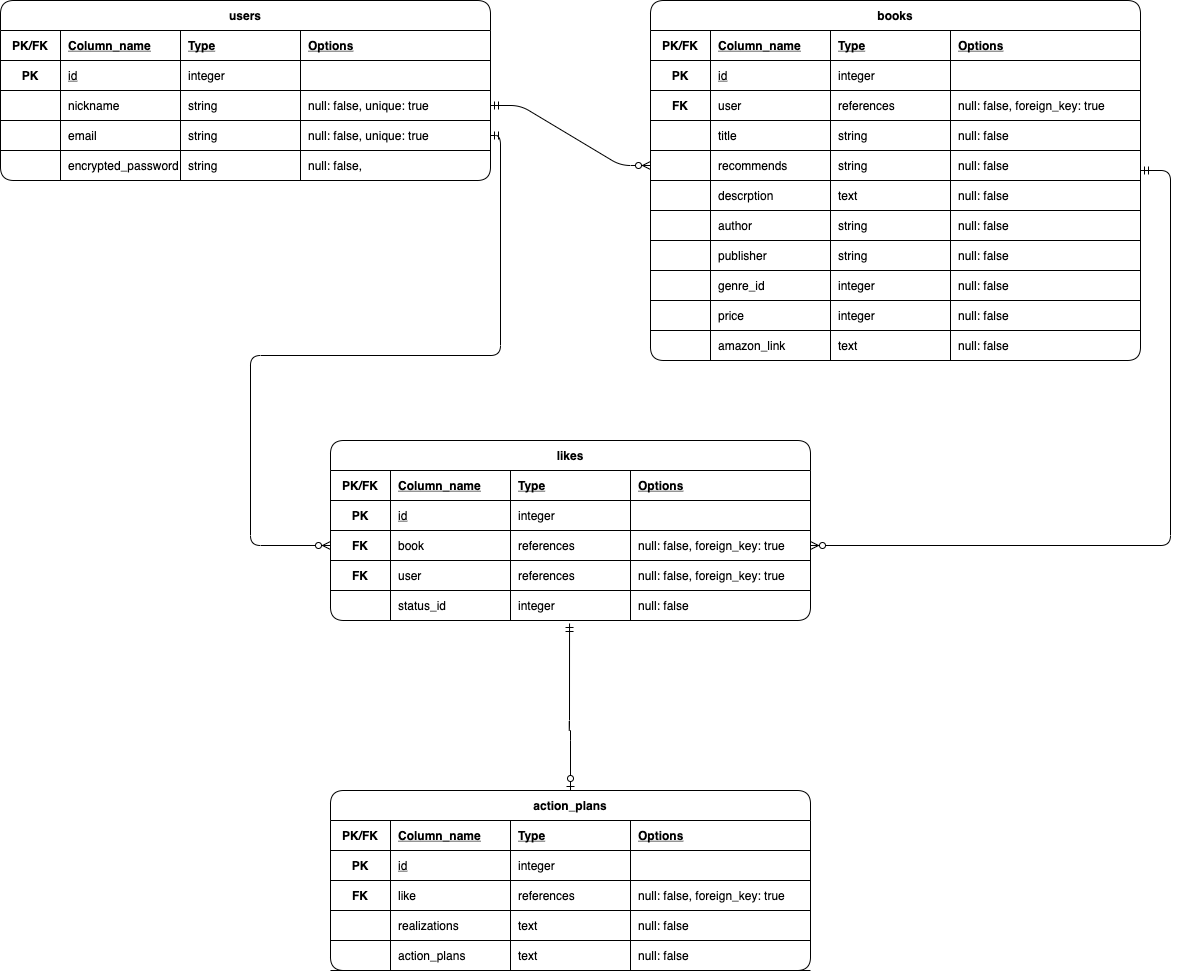
Earlier version of the draw.io export ER_figure.png (morieeeenyo/my_recommended_books). Source tidied: cells renumbered, new cells last; positions are measured from the earlier drawing's top-left corner, leaving out a move shared by most shapes.
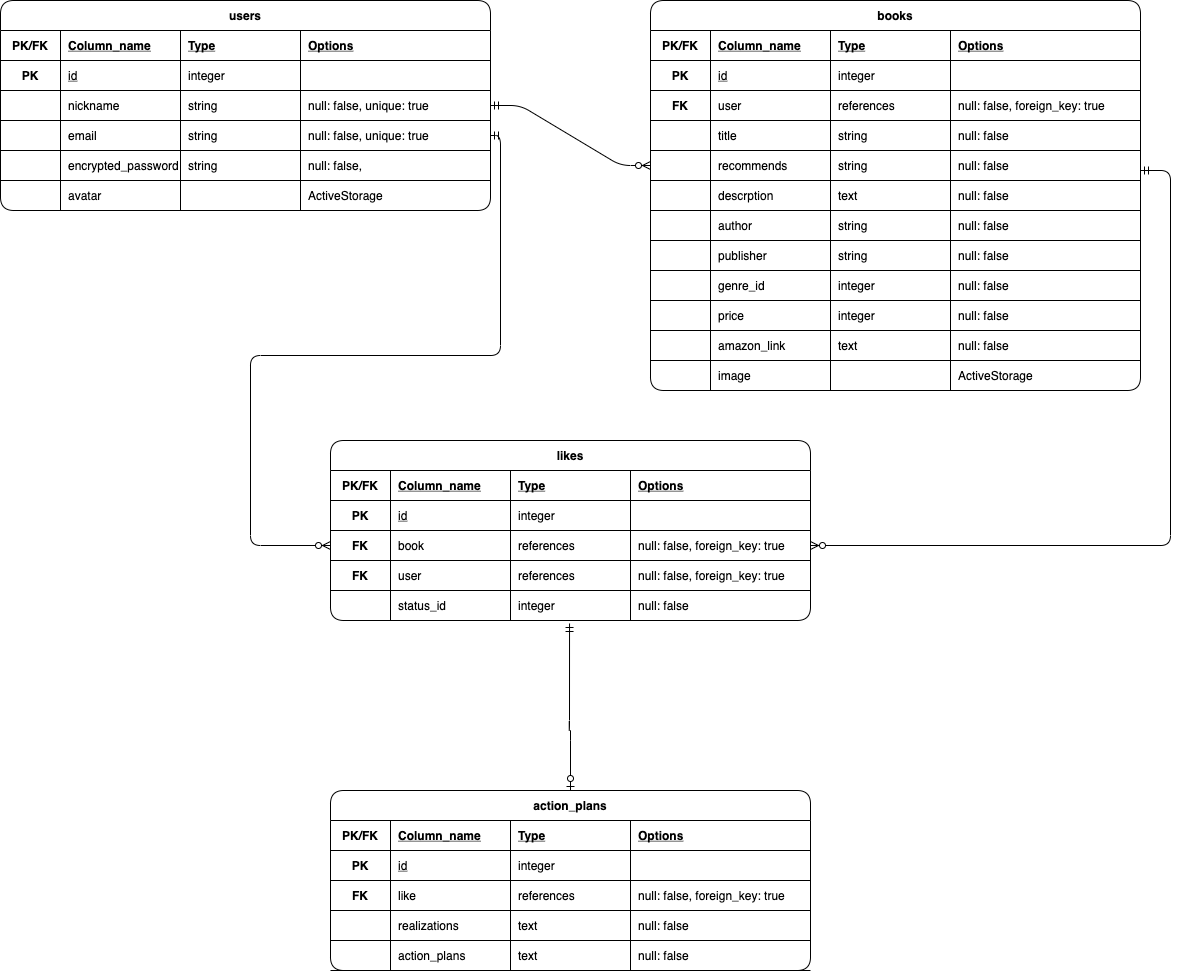
After the commit.

Commit message:
doc: revise readme and er figure

Change to the diagram source:
```diff
@@ -3,7 +3,7 @@
     <mxCell id="0" />
     <mxCell id="1" parent="0" />
     <mxCell id="2" value="books" style="shape=table;startSize=30;rowLines=1;fontStyle=1;align=center;swimlaneFillColor=none;perimeterSpacing=0;rounded=1;" parent="1" vertex="1">
-      <mxGeometry x="650" width="490" height="360" as="geometry" />
+      <mxGeometry x="650" width="490" height="390" as="geometry" />
     </mxCell>
     <mxCell id="3" style="shape=partialRectangle;fillColor=none;top=0;left=0;bottom=0;right=0;" parent="2" vertex="1">
       <mxGeometry y="30" width="490" height="30" as="geometry" />
@@ -170,6 +170,21 @@
     <mxCell id="57" value="null: false" style="shape=partialRectangle;fillColor=none;top=0;left=0;bottom=0;right=0;align=left;spacingLeft=6;overflow=hidden;" parent="53" vertex="1">
       <mxGeometry x="300" width="190" height="30" as="geometry" />
     </mxCell>
+    <mxCell id="140" style="shape=partialRectangle;fillColor=none;top=0;left=0;bottom=0;right=0;" parent="2" vertex="1">
+      <mxGeometry y="360" width="490" height="30" as="geometry" />
+    </mxCell>
+    <mxCell id="141" style="shape=partialRectangle;fillColor=none;top=0;left=0;bottom=0;right=0;overflow=hidden;" parent="140" vertex="1">
+      <mxGeometry width="60" height="30" as="geometry" />
+    </mxCell>
+    <mxCell id="142" value="image" style="shape=partialRectangle;fillColor=none;top=0;left=0;bottom=0;right=0;align=left;spacingLeft=6;overflow=hidden;" parent="140" vertex="1">
+      <mxGeometry x="60" width="120" height="30" as="geometry" />
+    </mxCell>
+    <mxCell id="143" style="shape=partialRectangle;fillColor=none;top=0;left=0;bottom=0;right=0;align=left;spacingLeft=6;overflow=hidden;" parent="140" vertex="1">
+      <mxGeometry x="180" width="120" height="30" as="geometry" />
+    </mxCell>
+    <mxCell id="144" value="ActiveStorage" style="shape=partialRectangle;fillColor=none;top=0;left=0;bottom=0;right=0;align=left;spacingLeft=6;overflow=hidden;" parent="140" vertex="1">
+      <mxGeometry x="300" width="190" height="30" as="geometry" />
+    </mxCell>
     <mxCell id="58" value="likes" style="shape=table;startSize=30;rowLines=1;fontStyle=1;align=center;swimlaneFillColor=none;perimeterSpacing=0;rounded=1;" parent="1" vertex="1">
       <mxGeometry x="330" y="440" width="480" height="180" as="geometry" />
     </mxCell>
@@ -249,7 +264,7 @@
       <mxGeometry x="300" width="180" height="30" as="geometry" />
     </mxCell>
     <mxCell id="84" value="users" style="shape=table;startSize=30;rowLines=1;fontStyle=1;align=center;swimlaneFillColor=none;perimeterSpacing=0;rounded=1;" parent="1" vertex="1">
-      <mxGeometry width="490" height="180" as="geometry" />
+      <mxGeometry width="490" height="210" as="geometry" />
     </mxCell>
     <mxCell id="85" style="shape=partialRectangle;fillColor=none;top=0;left=0;bottom=0;right=0;" parent="84" vertex="1">
       <mxGeometry y="30" width="490" height="30" as="geometry" />
@@ -326,6 +341,21 @@
     <mxCell id="109" value="null: false," style="shape=partialRectangle;fillColor=none;top=0;left=0;bottom=0;right=0;align=left;spacingLeft=6;overflow=hidden;" parent="105" vertex="1">
       <mxGeometry x="300" width="190" height="30" as="geometry" />
     </mxCell>
+    <mxCell id="145" style="shape=partialRectangle;fillColor=none;top=0;left=0;bottom=0;right=0;" parent="84" vertex="1">
+      <mxGeometry y="180" width="490" height="30" as="geometry" />
+    </mxCell>
+    <mxCell id="146" style="shape=partialRectangle;fillColor=none;top=0;left=0;bottom=0;right=0;overflow=hidden;" parent="145" vertex="1">
+      <mxGeometry width="60" height="30" as="geometry" />
+    </mxCell>
+    <mxCell id="147" value="avatar" style="shape=partialRectangle;fillColor=none;top=0;left=0;bottom=0;right=0;align=left;spacingLeft=6;overflow=hidden;" parent="145" vertex="1">
+      <mxGeometry x="60" width="120" height="30" as="geometry" />
+    </mxCell>
+    <mxCell id="148" style="shape=partialRectangle;fillColor=none;top=0;left=0;bottom=0;right=0;align=left;spacingLeft=6;overflow=hidden;" parent="145" vertex="1">
+      <mxGeometry x="180" width="120" height="30" as="geometry" />
+    </mxCell>
+    <mxCell id="149" value="ActiveStorage" style="shape=partialRectangle;fillColor=none;top=0;left=0;bottom=0;right=0;align=left;spacingLeft=6;overflow=hidden;" parent="145" vertex="1">
+      <mxGeometry x="300" width="190" height="30" as="geometry" />
+    </mxCell>
     <mxCell id="110" value="action_plans" style="shape=table;startSize=30;rowLines=1;fontStyle=1;align=center;swimlaneFillColor=none;perimeterSpacing=0;rounded=1;" parent="1" vertex="1">
       <mxGeometry x="330" y="790" width="480" height="180" as="geometry" />
     </mxCell>
```
